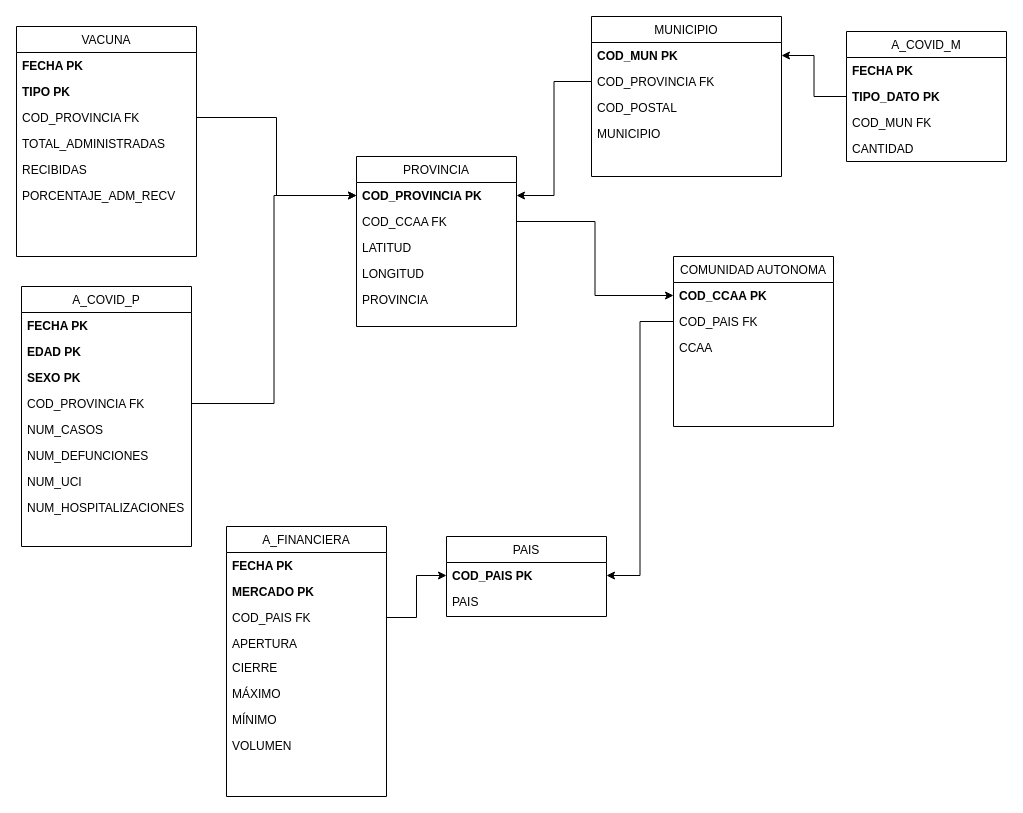
The draw.io diagram Diagramas/Modelo relacional.drawio in jgimfig/TFG, before the edit. Source tidied: cells renumbered, new cells numbered last; positions are measured from the earlier drawing's top-left corner, leaving out a move shared by most shapes. Both pictures are drawn from the tidied source at 100%, with x=0, y=0 at pixel (16, 16).
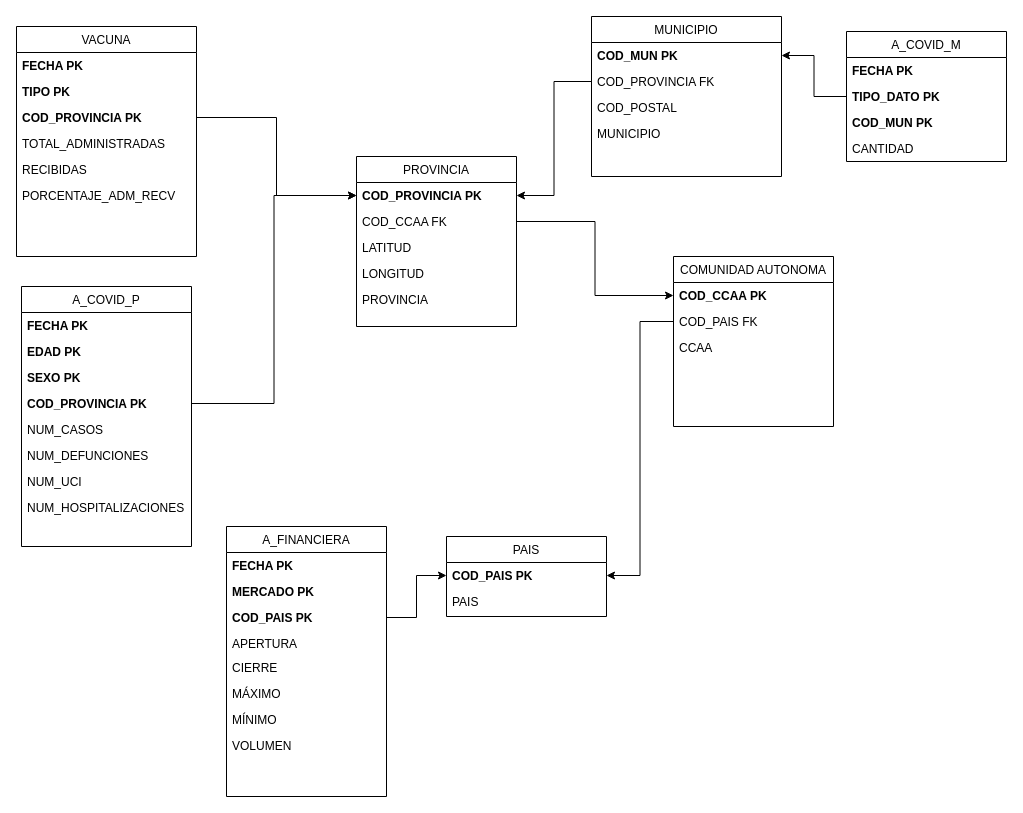
The same page after the edit.

The change refers to these unchanged cells:
```xml
<mxCell id="2" value="VACUNA" style="swimlane;fontStyle=0;align=center;verticalAlign=top;horizontal=1;startSize=26;rounded=0;shadow=0;strokeWidth=1;" parent="1" vertex="1">
  <mxGeometry y="10" width="180" height="230" as="geometry" />
</mxCell>
<mxCell id="15" value="A_COVID_P" style="swimlane;fontStyle=0;align=center;verticalAlign=top;horizontal=1;startSize=26;rounded=0;shadow=0;strokeWidth=1;" parent="1" vertex="1">
  <mxGeometry x="5" y="270" width="170" height="260" as="geometry" />
</mxCell>
<mxCell id="32" value="A_COVID_M" style="swimlane;fontStyle=0;align=center;verticalAlign=top;horizontal=1;startSize=26;rounded=0;shadow=0;strokeWidth=1;" parent="1" vertex="1">
  <mxGeometry x="830" y="15" width="160" height="130" as="geometry" />
</mxCell>
<mxCell id="46" value="A_FINANCIERA" style="swimlane;fontStyle=0;align=center;verticalAlign=top;horizontal=1;startSize=26;rounded=0;shadow=0;strokeWidth=1;" parent="1" vertex="1">
  <mxGeometry x="210" y="510" width="160" height="270" as="geometry" />
</mxCell>
```

The edit, as a diff of the source:
```diff
@@
-    <mxCell id="5" value="COD_PROVINCIA FK" style="text;align=left;verticalAlign=top;spacingLeft=4;spacingRight=4;overflow=hidden;points=[[0,0.5],[1,0.5]];portConstraint=eastwest;rounded=0;shadow=0;html=0;" parent="2" vertex="1">
+    <mxCell id="5" value="COD_PROVINCIA PK" style="text;align=left;verticalAlign=top;spacingLeft=4;spacingRight=4;overflow=hidden;points=[[0,0.5],[1,0.5]];portConstraint=eastwest;rounded=0;shadow=0;html=0;fontStyle=1;" parent="2" vertex="1">
       <mxGeometry y="78" width="180" height="26" as="geometry" />
     </mxCell>
@@
-    <mxCell id="19" value="COD_PROVINCIA FK" style="text;align=left;verticalAlign=top;spacingLeft=4;spacingRight=4;overflow=hidden;points=[[0,0.5],[1,0.5]];portConstraint=eastwest;" parent="15" vertex="1">
+    <mxCell id="19" value="COD_PROVINCIA PK" style="text;align=left;verticalAlign=top;spacingLeft=4;spacingRight=4;overflow=hidden;points=[[0,0.5],[1,0.5]];portConstraint=eastwest;fontStyle=1;" parent="15" vertex="1">
       <mxGeometry y="104" width="170" height="26" as="geometry" />
     </mxCell>
@@
-    <mxCell id="35" value="COD_MUN FK" style="text;align=left;verticalAlign=top;spacingLeft=4;spacingRight=4;overflow=hidden;" parent="32" vertex="1">
+    <mxCell id="35" value="COD_MUN PK" style="text;align=left;verticalAlign=top;spacingLeft=4;spacingRight=4;overflow=hidden;fontStyle=1;" parent="32" vertex="1">
       <mxGeometry y="78" width="160" height="26" as="geometry" />
     </mxCell>
@@
-    <mxCell id="49" value="COD_PAIS FK" style="text;align=left;verticalAlign=top;spacingLeft=4;spacingRight=4;overflow=hidden;points=[[0,0.5],[1,0.5]];portConstraint=eastwest;fontStyle=0;" parent="46" vertex="1">
+    <mxCell id="49" value="COD_PAIS PK" style="text;align=left;verticalAlign=top;spacingLeft=4;spacingRight=4;overflow=hidden;points=[[0,0.5],[1,0.5]];portConstraint=eastwest;fontStyle=1;" parent="46" vertex="1">
       <mxGeometry y="78" width="160" height="26" as="geometry" />
     </mxCell>
```
